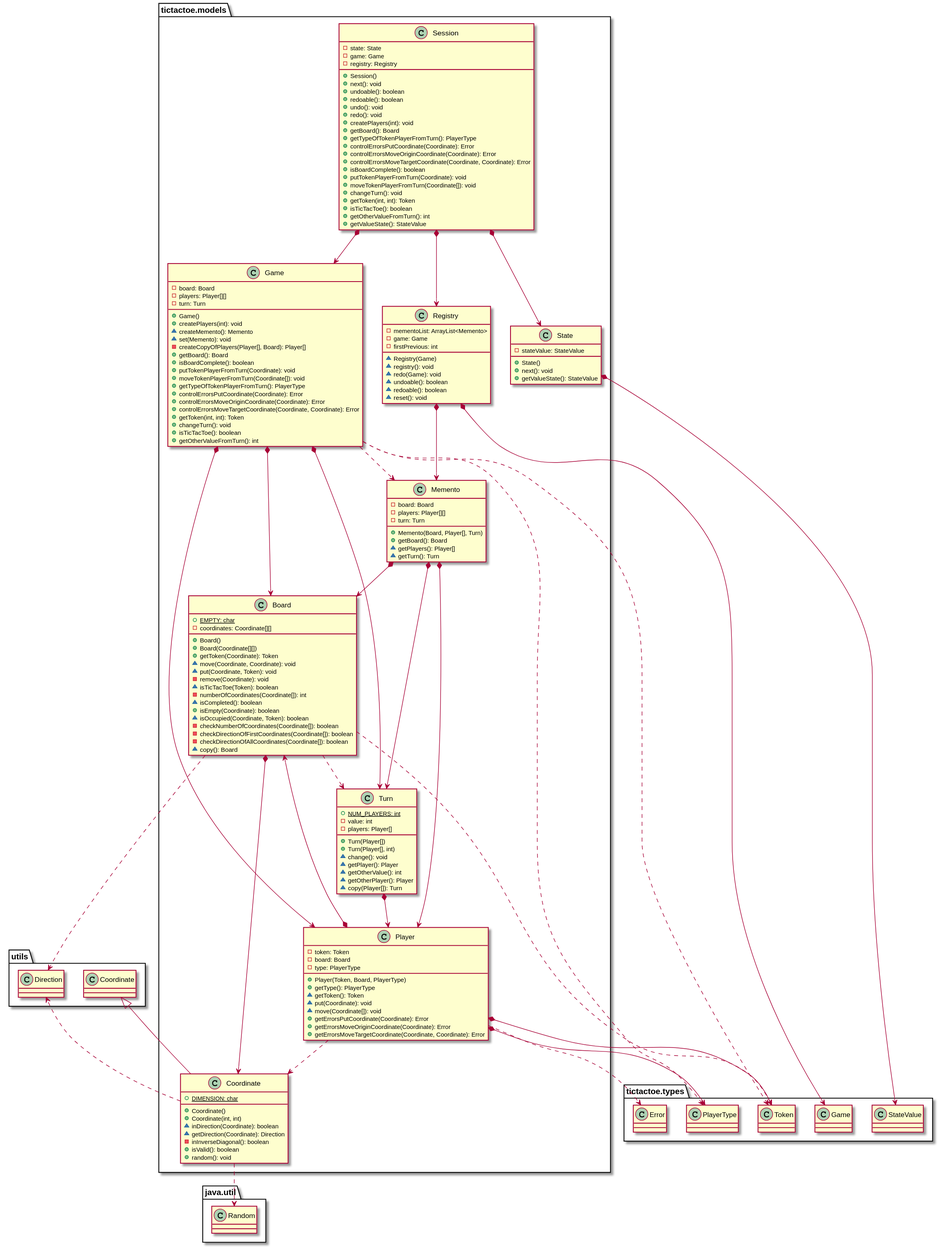
Earlier version of the PlantUML export docs/build/docs/asciidoc/images/tictactoeModelsVersion9.svg (x-USantaTecla-game-ticTacToe/java). The source it was exported from:
```plantuml
@startuml

class  tictactoe.models.Board{
+ {static} EMPTY: char
- coordinates: Coordinate[][]
+ Board()
+ Board(Coordinate[][])
+ getToken(Coordinate): Token
~ move(Coordinate, Coordinate): void
~ put(Coordinate, Token): void
- remove(Coordinate): void
~ isTicTacToe(Token): boolean
- numberOfCoordinates(Coordinate[]): int
~ isCompleted(): boolean
+ isEmpty(Coordinate): boolean
~ isOccupied(Coordinate, Token): boolean
- checkNumberOfCoordinates(Coordinate[]): boolean
- checkDirectionOfFirstCoordinates(Coordinate[]): boolean
- checkDirectionOfAllCoordinates(Coordinate[]): boolean
~ copy(): Board
}
tictactoe.models.Board *-down-> tictactoe.models.Coordinate
tictactoe.models.Board ..> tictactoe.types.Token
tictactoe.models.Board ..> tictactoe.models.Turn
tictactoe.models.Board ..> utils.Direction

class  tictactoe.models.Coordinate{
+ {static} DIMENSION: char
+ Coordinate()
+ Coordinate(int, int)
~ inDirection(Coordinate): boolean
~ getDirection(Coordinate): Direction
- inInverseDiagonal(): boolean
+ isValid(): boolean
+ random(): void
}
utils.Coordinate <|-down- tictactoe.models.Coordinate
tictactoe.models.Coordinate ..> utils.Direction
tictactoe.models.Coordinate ..> java.util.Random

class  tictactoe.models.Game{
- board: Board
- players: Player[][]
- turn: Turn
+ Game()
+ createPlayers(int): void
~ createMemento(): Memento
~ set(Memento): void
- createCopyOfPlayers(Player[], Board): Player[]
+ getBoard(): Board
+ isBoardComplete(): boolean
+ putTokenPlayerFromTurn(Coordinate): void
+ moveTokenPlayerFromTurn(Coordinate[]): void
+ getTypeOfTokenPlayerFromTurn(): PlayerType
+ controlErrorsPutCoordinate(Coordinate): Error
+ controlErrorsMoveOriginCoordinate(Coordinate): Error
+ controlErrorsMoveTargetCoordinate(Coordinate, Coordinate): Error
+ getToken(int, int): Token
+ changeTurn(): void
+ isTicTacToe(): boolean
+ getOtherValueFromTurn(): int
}
tictactoe.models.Game *-down-> tictactoe.models.Board
tictactoe.models.Game *-down-> tictactoe.models.Player
tictactoe.models.Game *-down-> tictactoe.models.Turn
tictactoe.models.Game ..> tictactoe.types.Token
tictactoe.models.Game ..> tictactoe.types.PlayerType
tictactoe.models.Game ..> tictactoe.models.Memento

class  tictactoe.models.Memento{
- board: Board
- players: Player[][]
- turn: Turn
+ Memento(Board, Player[], Turn)
+ getBoard(): Board
~ getPlayers(): Player[]
~ getTurn(): Turn
}
tictactoe.models.Memento *-down-> tictactoe.models.Board
tictactoe.models.Memento *-down-> tictactoe.models.Player
tictactoe.models.Memento *-down-> tictactoe.models.Turn

class  tictactoe.models.Player{
- token: Token
- board: Board
- type: PlayerType
+ Player(Token, Board, PlayerType)
+ getType(): PlayerType
~ getToken(): Token
~ put(Coordinate): void
~ move(Coordinate[]): void
+ getErrorsPutCoordinate(Coordinate): Error
+ getErrorsMoveOriginCoordinate(Coordinate): Error
+ getErrorsMoveTargetCoordinate(Coordinate, Coordinate): Error
}
tictactoe.models.Player *-down-> tictactoe.types.Token
tictactoe.models.Player *-down-> tictactoe.models.Board
tictactoe.models.Player *-down-> tictactoe.types.PlayerType
tictactoe.models.Player ..> tictactoe.models.Coordinate
tictactoe.models.Player ..> tictactoe.types.Error

class  tictactoe.models.Registry{
- mementoList: ArrayList<Memento>
- game: Game
- firstPrevious: int
~ Registry(Game)
~ registry(): void
~ redo(Game): void
~ undoable(): boolean
~ redoable(): boolean
~ reset(): void
}
tictactoe.models.Registry *-down-> tictactoe.types.Game
tictactoe.models.Registry *-down-> tictactoe.models.Memento

class  tictactoe.models.Session{
- state: State
- game: Game
- registry: Registry
+ Session()
+ next(): void
+ undoable(): boolean
+ redoable(): boolean
+ undo(): void
+ redo(): void
+ createPlayers(int): void
+ getBoard(): Board
+ getTypeOfTokenPlayerFromTurn(): PlayerType
+ controlErrorsPutCoordinate(Coordinate): Error
+ controlErrorsMoveOriginCoordinate(Coordinate): Error
+ controlErrorsMoveTargetCoordinate(Coordinate, Coordinate): Error
+ isBoardComplete(): boolean
+ putTokenPlayerFromTurn(Coordinate): void
+ moveTokenPlayerFromTurn(Coordinate[]): void
+ changeTurn(): void
+ getToken(int, int): Token
+ isTicTacToe(): boolean
+ getOtherValueFromTurn(): int
+ getValueState(): StateValue
}
tictactoe.models.Session *-down-> tictactoe.models.State
tictactoe.models.Session *-down-> tictactoe.models.Game
tictactoe.models.Session *-down-> tictactoe.models.Registry

class  tictactoe.models.State{
- stateValue: StateValue
+ State()
+ next(): void
+ getValueState(): StateValue
}
tictactoe.models.State *-down-> tictactoe.types.StateValue

class  tictactoe.models.Turn{
+ {static} NUM_PLAYERS: int
- value: int
- players: Player[]
+ Turn(Player[])
+ Turn(Player[], int)
~ change(): void
~ getPlayer(): Player
~ getOtherValue(): int
~ getOtherPlayer(): Player
~ copy(Player[]): Turn
}
tictactoe.models.Turn *-down-> tictactoe.models.Player

@enduml
```
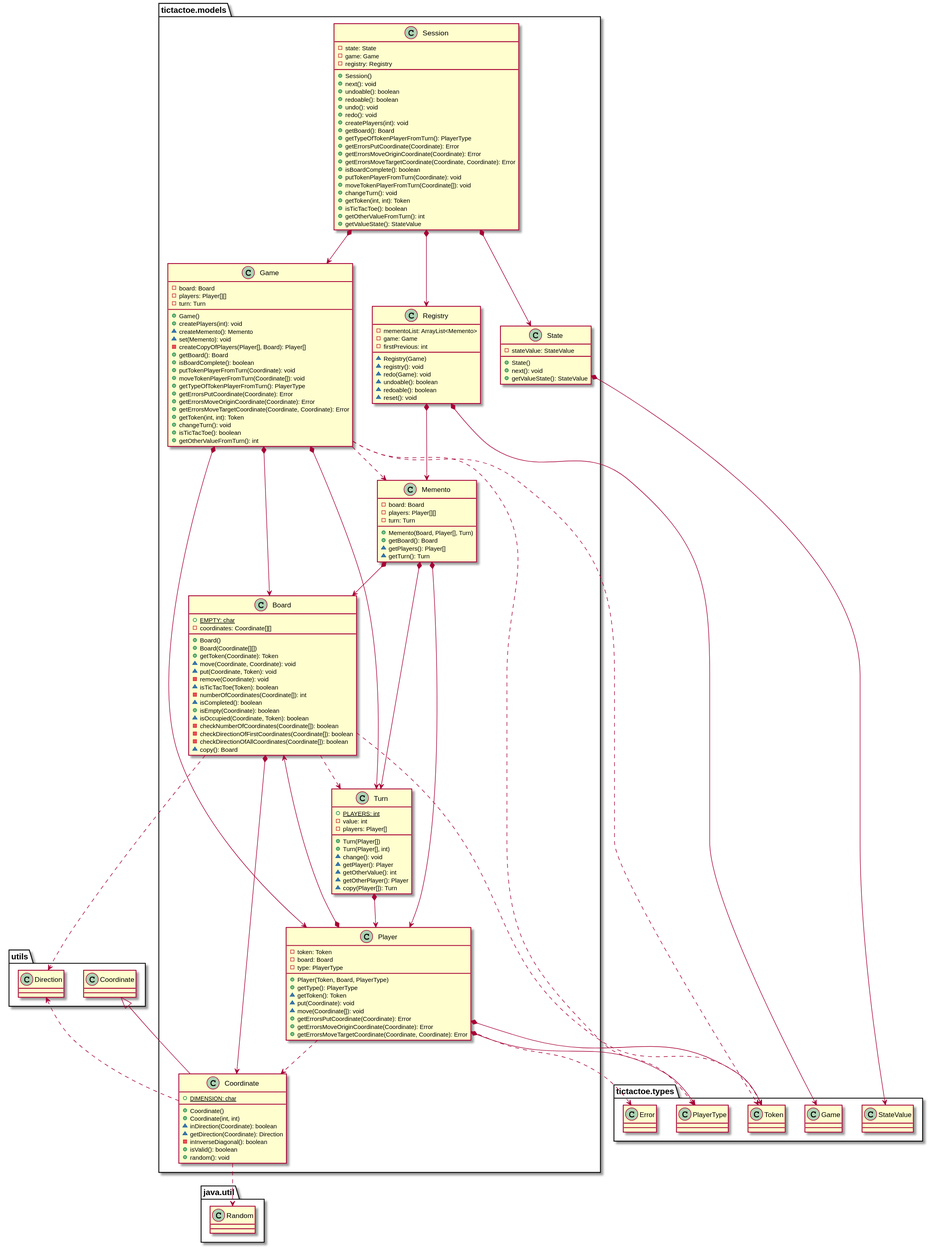
After the change.

What changed in the source:
```diff
@@ -52,9 +52,9 @@
 + putTokenPlayerFromTurn(Coordinate): void
 + moveTokenPlayerFromTurn(Coordinate[]): void
 + getTypeOfTokenPlayerFromTurn(): PlayerType
-+ controlErrorsPutCoordinate(Coordinate): Error
-+ controlErrorsMoveOriginCoordinate(Coordinate): Error
-+ controlErrorsMoveTargetCoordinate(Coordinate, Coordinate): Error
++ getErrorsPutCoordinate(Coordinate): Error
++ getErrorsMoveOriginCoordinate(Coordinate): Error
++ getErrorsMoveTargetCoordinate(Coordinate, Coordinate): Error
 + getToken(int, int): Token
 + changeTurn(): void
 + isTicTacToe(): boolean
@@ -126,9 +126,9 @@
 + createPlayers(int): void
 + getBoard(): Board
 + getTypeOfTokenPlayerFromTurn(): PlayerType
-+ controlErrorsPutCoordinate(Coordinate): Error
-+ controlErrorsMoveOriginCoordinate(Coordinate): Error
-+ controlErrorsMoveTargetCoordinate(Coordinate, Coordinate): Error
++ getErrorsPutCoordinate(Coordinate): Error
++ getErrorsMoveOriginCoordinate(Coordinate): Error
++ getErrorsMoveTargetCoordinate(Coordinate, Coordinate): Error
 + isBoardComplete(): boolean
 + putTokenPlayerFromTurn(Coordinate): void
 + moveTokenPlayerFromTurn(Coordinate[]): void
@@ -151,7 +151,7 @@
 tictactoe.models.State *-down-> tictactoe.types.StateValue
 
 class  tictactoe.models.Turn{
-+ {static} NUM_PLAYERS: int
++ {static} PLAYERS: int
 - value: int
 - players: Player[]
 + Turn(Player[])
```
